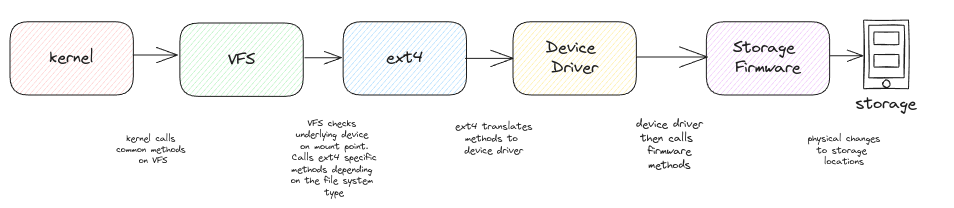
swaroopar/inprogress-engineer keeps this Excalidraw diagram as static/img/filesystems.excalidraw.png. Above is the earlier version. Source tidied: one line per element, renumbered; positions are measured from the earlier drawing's top-left corner, leaving out a move shared by most shapes. Source of this version:
```json
{"id": 0, "type": "rectangle", "strokeColor": "#1e1e1e", "backgroundColor": "#ffc9c9", "fillStyle": "hachure", "strokeWidth": 1, "roughness": 0, "round": true, "x": 0, "y": 12, "width": 123, "height": 73}
{"id": 1, "type": "text", "text": "kernel", "strokeColor": "#1e1e1e", "strokeWidth": 1, "roughness": 0, "fontSize": 16, "fontFamily": 1, "textAlign": "center", "verticalAlign": "middle", "inside": 0, "x": 40, "y": 38, "width": 44, "height": 20}
{"id": 2, "type": "rectangle", "strokeColor": "#1e1e1e", "backgroundColor": "#ffec99", "fillStyle": "hachure", "strokeWidth": 1, "roughness": 0, "round": true, "x": 503, "y": 12, "width": 123, "height": 73}
{"id": 3, "type": "text", "text": "Device \nDriver", "strokeColor": "#1e1e1e", "strokeWidth": 1, "roughness": 0, "fontSize": 16, "fontFamily": 1, "textAlign": "center", "verticalAlign": "middle", "inside": 2, "x": 536, "y": 28, "width": 58, "height": 40}
{"id": 4, "type": "rectangle", "strokeColor": "#1e1e1e", "backgroundColor": "#eebefa", "fillStyle": "hachure", "strokeWidth": 1, "roughness": 0, "round": true, "x": 696, "y": 12, "width": 123, "height": 73}
{"id": 5, "type": "text", "text": "Storage \nFirmware", "strokeColor": "#1e1e1e", "strokeWidth": 1, "roughness": 0, "fontSize": 16, "fontFamily": 1, "textAlign": "center", "verticalAlign": "middle", "inside": 4, "x": 723, "y": 28, "width": 70, "height": 40}
{"id": 6, "type": "rectangle", "strokeColor": "#1e1e1e", "backgroundColor": "#a5d8ff", "fillStyle": "hachure", "strokeWidth": 1, "roughness": 0, "round": true, "x": 333, "y": 12, "width": 123, "height": 73}
{"id": 7, "type": "text", "text": "ext4", "strokeColor": "#1e1e1e", "strokeWidth": 1, "roughness": 0, "fontSize": 16, "fontFamily": 1, "textAlign": "center", "verticalAlign": "middle", "inside": 6, "x": 376, "y": 38, "width": 37, "height": 20}
{"id": 8, "type": "rectangle", "strokeColor": "#1e1e1e", "backgroundColor": "#b2f2bb", "fillStyle": "hachure", "strokeWidth": 1, "roughness": 0, "round": true, "x": 170, "y": 13, "width": 123, "height": 73}
{"id": 9, "type": "text", "text": "VFS", "strokeColor": "#1e1e1e", "strokeWidth": 1, "roughness": 0, "fontSize": 16, "fontFamily": 1, "textAlign": "center", "verticalAlign": "middle", "inside": 8, "x": 218, "y": 40, "width": 27, "height": 20}
{"id": 10, "type": "arrow", "strokeColor": "#1e1e1e", "strokeWidth": 1, "roughness": 0, "endArrowhead": "arrow", "round": true, "to": 8, "x": 123, "y": 45, "width": 45, "height": 0, "points": [[0, 0], [45, 0]]}
{"id": 11, "type": "arrow", "strokeColor": "#1e1e1e", "strokeWidth": 1, "roughness": 0, "endArrowhead": "arrow", "round": true, "x": 295, "y": 48, "width": 37, "height": 0, "points": [[0, 0], [37, 0]]}
{"id": 12, "type": "arrow", "strokeColor": "#1e1e1e", "strokeWidth": 1, "roughness": 0, "endArrowhead": "arrow", "round": true, "x": 455, "y": 48, "width": 48, "height": 0, "points": [[0, 0], [48, 0]]}
{"id": 13, "type": "arrow", "strokeColor": "#1e1e1e", "strokeWidth": 1, "roughness": 0, "endArrowhead": "arrow", "round": true, "x": 626, "y": 47, "width": 71, "height": 0, "points": [[0, 0], [71, 0]]}
{"id": 14, "type": "arrow", "strokeColor": "#1e1e1e", "strokeWidth": 1, "roughness": 0, "endArrowhead": "arrow", "round": true, "to": 16, "x": 820, "y": 46, "width": 33, "height": 0, "points": [[0, 0], [33, 0]]}
{"id": 15, "type": "ellipse", "strokeColor": "#1e1e1e", "strokeWidth": 1, "roughness": 1, "opacity": 0, "x": 818, "y": 0, "width": 117, "height": 117}
{"id": 16, "type": "rectangle", "strokeColor": "#1e1e1e", "strokeWidth": 1, "roughness": 1, "x": 854, "y": 10, "width": 45, "height": 69}
{"id": 17, "type": "rectangle", "strokeColor": "#1e1e1e", "strokeWidth": 1, "roughness": 1, "x": 859, "y": 15, "width": 35, "height": 53}
{"id": 18, "type": "ellipse", "strokeColor": "#1e1e1e", "strokeWidth": 1, "roughness": 1, "x": 873, "y": 70, "width": 7, "height": 7}
{"id": 19, "type": "rectangle", "strokeColor": "#1e1e1e", "strokeWidth": 1, "roughness": 1, "x": 864, "y": 22, "width": 25, "height": 13}
{"id": 20, "type": "rectangle", "strokeColor": "#1e1e1e", "strokeWidth": 1, "roughness": 1, "x": 864, "y": 45, "width": 25, "height": 13}
{"id": 21, "type": "text", "text": "storage", "strokeColor": "#1e1e1e", "strokeWidth": 1, "roughness": 1, "fontSize": 16, "fontFamily": 1, "textAlign": "center", "x": 846, "y": 84, "width": 61, "height": 20}
{"id": 22, "type": "text", "text": "kernel calls \ncommon methods \non VFS", "strokeColor": "#1e1e1e", "backgroundColor": "#eebefa", "fillStyle": "hachure", "strokeWidth": 1, "roughness": 1, "fontSize": 8.97, "fontFamily": 1, "textAlign": "center", "x": 106, "y": 123, "width": 74, "height": 34}
{"id": 23, "type": "text", "text": "VFS checks \nunderlying device \non mount point.\nCalls ext4 specific\nmethods depending \non the file system \ntype", "strokeColor": "#1e1e1e", "backgroundColor": "#eebefa", "fillStyle": "hachure", "strokeWidth": 1, "roughness": 1, "fontSize": 9.22, "fontFamily": 1, "textAlign": "center", "x": 281, "y": 108, "width": 87, "height": 81}
{"id": 24, "type": "text", "text": "ext4 translates\nmethods to \ndevice driver", "strokeColor": "#1e1e1e", "backgroundColor": "#eebefa", "fillStyle": "hachure", "strokeWidth": 1, "roughness": 1, "fontSize": 9.56, "fontFamily": 1, "textAlign": "center", "x": 445, "y": 112, "width": 77, "height": 36}
{"id": 25, "type": "text", "text": "device driver\nthen calls \nfirmware\nmethods", "strokeColor": "#1e1e1e", "backgroundColor": "#eebefa", "fillStyle": "hachure", "strokeWidth": 1, "roughness": 1, "fontSize": 10.88, "fontFamily": 1, "textAlign": "center", "x": 626, "y": 108, "width": 67, "height": 54}
{"id": 26, "type": "text", "text": "physical changes\nto storage \nlocations", "strokeColor": "#1e1e1e", "backgroundColor": "#eebefa", "fillStyle": "hachure", "strokeWidth": 1, "roughness": 1, "fontSize": 9.22, "fontFamily": 1, "textAlign": "center", "x": 798, "y": 123, "width": 73, "height": 35}
```
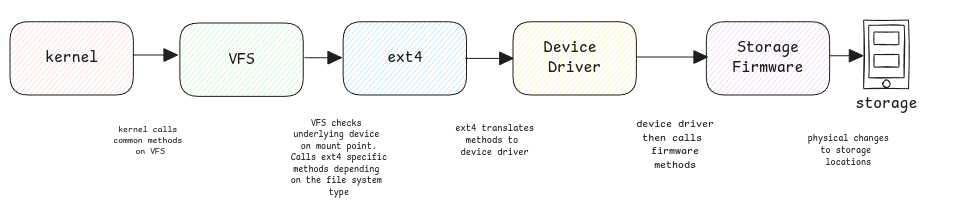
The same file after the commit.

The edit, as a diff of the source:
```diff
@@ -1,27 +1,27 @@
 {"id": 0, "type": "rectangle", "strokeColor": "#1e1e1e", "backgroundColor": "#ffc9c9", "fillStyle": "hachure", "strokeWidth": 1, "roughness": 0, "round": true, "x": 0, "y": 12, "width": 123, "height": 73}
-{"id": 1, "type": "text", "text": "kernel", "strokeColor": "#1e1e1e", "strokeWidth": 1, "roughness": 0, "fontSize": 16, "fontFamily": 1, "textAlign": "center", "verticalAlign": "middle", "inside": 0, "x": 40, "y": 38, "width": 44, "height": 20}
+{"id": 1, "type": "text", "text": "kernel", "strokeColor": "#1e1e1e", "strokeWidth": 1, "roughness": 0, "fontSize": 16, "fontFamily": 8, "textAlign": "center", "verticalAlign": "middle", "inside": 0, "x": 35, "y": 38, "width": 53, "height": 20}
 {"id": 2, "type": "rectangle", "strokeColor": "#1e1e1e", "backgroundColor": "#ffec99", "fillStyle": "hachure", "strokeWidth": 1, "roughness": 0, "round": true, "x": 503, "y": 12, "width": 123, "height": 73}
-{"id": 3, "type": "text", "text": "Device \nDriver", "strokeColor": "#1e1e1e", "strokeWidth": 1, "roughness": 0, "fontSize": 16, "fontFamily": 1, "textAlign": "center", "verticalAlign": "middle", "inside": 2, "x": 536, "y": 28, "width": 58, "height": 40}
+{"id": 3, "type": "text", "text": "Device \nDriver", "strokeColor": "#1e1e1e", "strokeWidth": 1, "roughness": 0, "fontSize": 16, "fontFamily": 8, "textAlign": "center", "verticalAlign": "middle", "inside": 2, "x": 534, "y": 28, "width": 62, "height": 40}
 {"id": 4, "type": "rectangle", "strokeColor": "#1e1e1e", "backgroundColor": "#eebefa", "fillStyle": "hachure", "strokeWidth": 1, "roughness": 0, "round": true, "x": 696, "y": 12, "width": 123, "height": 73}
-{"id": 5, "type": "text", "text": "Storage \nFirmware", "strokeColor": "#1e1e1e", "strokeWidth": 1, "roughness": 0, "fontSize": 16, "fontFamily": 1, "textAlign": "center", "verticalAlign": "middle", "inside": 4, "x": 723, "y": 28, "width": 70, "height": 40}
+{"id": 5, "type": "text", "text": "Storage\nFirmware", "strokeColor": "#1e1e1e", "strokeWidth": 1, "roughness": 0, "fontSize": 16, "fontFamily": 8, "textAlign": "center", "verticalAlign": "middle", "inside": 4, "x": 723, "y": 28, "width": 70, "height": 40}
 {"id": 6, "type": "rectangle", "strokeColor": "#1e1e1e", "backgroundColor": "#a5d8ff", "fillStyle": "hachure", "strokeWidth": 1, "roughness": 0, "round": true, "x": 333, "y": 12, "width": 123, "height": 73}
-{"id": 7, "type": "text", "text": "ext4", "strokeColor": "#1e1e1e", "strokeWidth": 1, "roughness": 0, "fontSize": 16, "fontFamily": 1, "textAlign": "center", "verticalAlign": "middle", "inside": 6, "x": 376, "y": 38, "width": 37, "height": 20}
+{"id": 7, "type": "text", "text": "ext4", "strokeColor": "#1e1e1e", "strokeWidth": 1, "roughness": 0, "fontSize": 16, "fontFamily": 8, "textAlign": "center", "verticalAlign": "middle", "inside": 6, "x": 377, "y": 38, "width": 35, "height": 20}
 {"id": 8, "type": "rectangle", "strokeColor": "#1e1e1e", "backgroundColor": "#b2f2bb", "fillStyle": "hachure", "strokeWidth": 1, "roughness": 0, "round": true, "x": 170, "y": 13, "width": 123, "height": 73}
-{"id": 9, "type": "text", "text": "VFS", "strokeColor": "#1e1e1e", "strokeWidth": 1, "roughness": 0, "fontSize": 16, "fontFamily": 1, "textAlign": "center", "verticalAlign": "middle", "inside": 8, "x": 218, "y": 40, "width": 27, "height": 20}
+{"id": 9, "type": "text", "text": "VFS", "strokeColor": "#1e1e1e", "strokeWidth": 1, "roughness": 0, "fontSize": 16, "fontFamily": 8, "textAlign": "center", "verticalAlign": "middle", "inside": 8, "x": 218, "y": 40, "width": 26, "height": 20}
-{"id": 10, "type": "arrow", "strokeColor": "#1e1e1e", "strokeWidth": 1, "roughness": 0, "endArrowhead": "arrow", "round": true, "to": 8, "x": 123, "y": 45, "width": 45, "height": 0, "points": [[0, 0], [45, 0]]}
+{"id": 10, "type": "arrow", "strokeColor": "#1e1e1e", "strokeWidth": 1, "roughness": 0, "endArrowhead": "triangle", "round": true, "to": 8, "x": 123, "y": 45, "width": 45, "height": 0, "points": [[0, 0], [45, 0]]}
-{"id": 11, "type": "arrow", "strokeColor": "#1e1e1e", "strokeWidth": 1, "roughness": 0, "endArrowhead": "arrow", "round": true, "x": 295, "y": 48, "width": 37, "height": 0, "points": [[0, 0], [37, 0]]}
+{"id": 11, "type": "arrow", "strokeColor": "#1e1e1e", "strokeWidth": 1, "roughness": 0, "endArrowhead": "triangle", "round": true, "x": 295, "y": 48, "width": 37, "height": 0, "points": [[0, 0], [37, 0]]}
-{"id": 12, "type": "arrow", "strokeColor": "#1e1e1e", "strokeWidth": 1, "roughness": 0, "endArrowhead": "arrow", "round": true, "x": 455, "y": 48, "width": 48, "height": 0, "points": [[0, 0], [48, 0]]}
+{"id": 12, "type": "arrow", "strokeColor": "#1e1e1e", "strokeWidth": 1, "roughness": 0, "endArrowhead": "triangle", "round": true, "x": 455, "y": 48, "width": 48, "height": 0, "points": [[0, 0], [48, 0]]}
-{"id": 13, "type": "arrow", "strokeColor": "#1e1e1e", "strokeWidth": 1, "roughness": 0, "endArrowhead": "arrow", "round": true, "x": 626, "y": 47, "width": 71, "height": 0, "points": [[0, 0], [71, 0]]}
+{"id": 13, "type": "arrow", "strokeColor": "#1e1e1e", "strokeWidth": 1, "roughness": 0, "endArrowhead": "triangle", "round": true, "x": 626, "y": 47, "width": 71, "height": 0, "points": [[0, 0], [71, 0]]}
-{"id": 14, "type": "arrow", "strokeColor": "#1e1e1e", "strokeWidth": 1, "roughness": 0, "endArrowhead": "arrow", "round": true, "to": 16, "x": 820, "y": 46, "width": 33, "height": 0, "points": [[0, 0], [33, 0]]}
+{"id": 14, "type": "arrow", "strokeColor": "#1e1e1e", "strokeWidth": 1, "roughness": 0, "endArrowhead": "triangle", "round": true, "to": 16, "x": 820, "y": 46, "width": 33, "height": 0, "points": [[0, 0], [33, 0]]}
 {"id": 15, "type": "ellipse", "strokeColor": "#1e1e1e", "strokeWidth": 1, "roughness": 1, "opacity": 0, "x": 818, "y": 0, "width": 117, "height": 117}
 {"id": 16, "type": "rectangle", "strokeColor": "#1e1e1e", "strokeWidth": 1, "roughness": 1, "x": 854, "y": 10, "width": 45, "height": 69}
 {"id": 17, "type": "rectangle", "strokeColor": "#1e1e1e", "strokeWidth": 1, "roughness": 1, "x": 859, "y": 15, "width": 35, "height": 53}
 {"id": 18, "type": "ellipse", "strokeColor": "#1e1e1e", "strokeWidth": 1, "roughness": 1, "x": 873, "y": 70, "width": 7, "height": 7}
 {"id": 19, "type": "rectangle", "strokeColor": "#1e1e1e", "strokeWidth": 1, "roughness": 1, "x": 864, "y": 22, "width": 25, "height": 13}
 {"id": 20, "type": "rectangle", "strokeColor": "#1e1e1e", "strokeWidth": 1, "roughness": 1, "x": 864, "y": 45, "width": 25, "height": 13}
-{"id": 21, "type": "text", "text": "storage", "strokeColor": "#1e1e1e", "strokeWidth": 1, "roughness": 1, "fontSize": 16, "fontFamily": 1, "textAlign": "center", "x": 846, "y": 84, "width": 61, "height": 20}
+{"id": 21, "type": "text", "text": "storage", "strokeColor": "#1e1e1e", "strokeWidth": 1, "roughness": 1, "fontSize": 16, "fontFamily": 8, "textAlign": "center", "x": 846, "y": 84, "width": 62, "height": 20}
-{"id": 22, "type": "text", "text": "kernel calls \ncommon methods \non VFS", "strokeColor": "#1e1e1e", "backgroundColor": "#eebefa", "fillStyle": "hachure", "strokeWidth": 1, "roughness": 1, "fontSize": 8.97, "fontFamily": 1, "textAlign": "center", "x": 106, "y": 123, "width": 74, "height": 34}
+{"id": 22, "type": "text", "text": "kernel calls \ncommon methods \non VFS", "strokeColor": "#1e1e1e", "backgroundColor": "#eebefa", "fillStyle": "hachure", "strokeWidth": 1, "roughness": 1, "fontSize": 8.97, "fontFamily": 8, "textAlign": "center", "x": 103, "y": 114, "width": 74, "height": 34}
-{"id": 23, "type": "text", "text": "VFS checks \nunderlying device \non mount point.\nCalls ext4 specific\nmethods depending \non the file system \ntype", "strokeColor": "#1e1e1e", "backgroundColor": "#eebefa", "fillStyle": "hachure", "strokeWidth": 1, "roughness": 1, "fontSize": 9.22, "fontFamily": 1, "textAlign": "center", "x": 281, "y": 108, "width": 87, "height": 81}
+{"id": 23, "type": "text", "text": "VFS checks \nunderlying device \non mount point.\nCalls ext4 specific\nmethods depending \non the file system \ntype", "strokeColor": "#1e1e1e", "backgroundColor": "#eebefa", "fillStyle": "hachure", "strokeWidth": 1, "roughness": 1, "fontSize": 9.22, "fontFamily": 8, "textAlign": "center", "x": 281, "y": 108, "width": 96, "height": 81}
-{"id": 24, "type": "text", "text": "ext4 translates\nmethods to \ndevice driver", "strokeColor": "#1e1e1e", "backgroundColor": "#eebefa", "fillStyle": "hachure", "strokeWidth": 1, "roughness": 1, "fontSize": 9.56, "fontFamily": 1, "textAlign": "center", "x": 445, "y": 112, "width": 77, "height": 36}
+{"id": 24, "type": "text", "text": "ext4 translates\nmethods to \ndevice driver", "strokeColor": "#1e1e1e", "backgroundColor": "#eebefa", "fillStyle": "hachure", "strokeWidth": 1, "roughness": 1, "fontSize": 9.56, "fontFamily": 8, "textAlign": "center", "x": 445, "y": 112, "width": 79, "height": 36}
-{"id": 25, "type": "text", "text": "device driver\nthen calls \nfirmware\nmethods", "strokeColor": "#1e1e1e", "backgroundColor": "#eebefa", "fillStyle": "hachure", "strokeWidth": 1, "roughness": 1, "fontSize": 10.88, "fontFamily": 1, "textAlign": "center", "x": 626, "y": 108, "width": 67, "height": 54}
+{"id": 25, "type": "text", "text": "device driver\nthen calls \nfirmware\nmethods", "strokeColor": "#1e1e1e", "backgroundColor": "#eebefa", "fillStyle": "hachure", "strokeWidth": 1, "roughness": 1, "fontSize": 10.88, "fontFamily": 8, "textAlign": "center", "x": 626, "y": 108, "width": 78, "height": 54}
-{"id": 26, "type": "text", "text": "physical changes\nto storage \nlocations", "strokeColor": "#1e1e1e", "backgroundColor": "#eebefa", "fillStyle": "hachure", "strokeWidth": 1, "roughness": 1, "fontSize": 9.22, "fontFamily": 1, "textAlign": "center", "x": 798, "y": 123, "width": 73, "height": 35}
+{"id": 26, "type": "text", "text": "physical changes\nto storage \nlocations", "strokeColor": "#1e1e1e", "backgroundColor": "#eebefa", "fillStyle": "hachure", "strokeWidth": 1, "roughness": 1, "fontSize": 9.22, "fontFamily": 8, "textAlign": "center", "x": 798, "y": 123, "width": 81, "height": 35}
```
